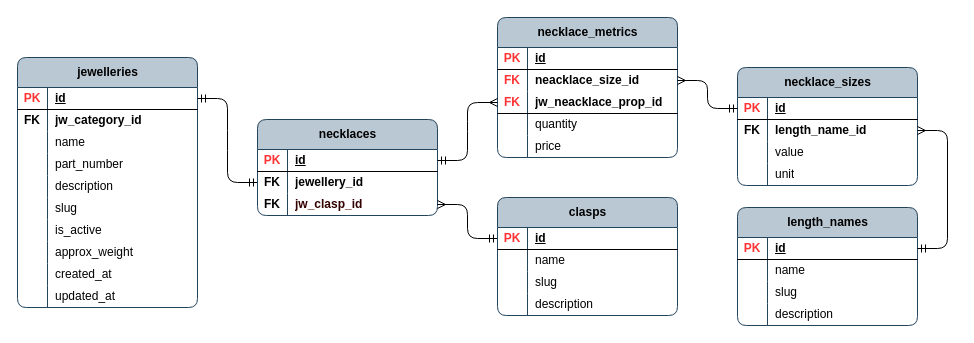
Above: page "jw_necklace_props" (11 of 15) of publisher/laravel-app/psql_jewellery_items.drawio in Local-development-environment/msg-brokers-publisher-consumer (draw.io), before the change. Source tidied: cells renumbered, new cells numbered last; positions are measured from the earlier drawing's top-left corner, leaving out a move shared by most shapes. Both pictures are drawn from the tidied source at 100%, with x=0, y=0 at pixel (17, 17).
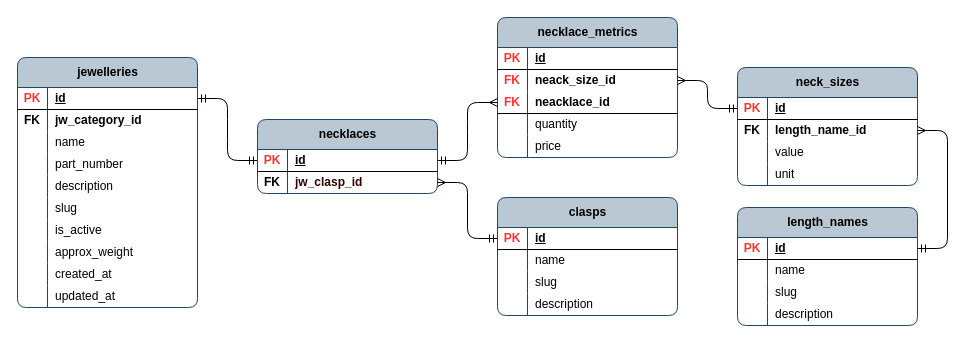
After the change.

The change refers to these unchanged cells:
```xml
<mxCell id="3" style="shape=tableRow;horizontal=0;startSize=0;swimlaneHead=0;swimlaneBody=0;fillColor=none;points=[[0,0.5],[1,0.5]];portConstraint=eastwest;top=0;left=0;right=0;bottom=1;rounded=1;" parent="2" vertex="1">
  <mxGeometry y="30" width="180" height="22" as="geometry" />
</mxCell>
<mxCell id="35" style="shape=tableRow;horizontal=0;startSize=0;swimlaneHead=0;swimlaneBody=0;fillColor=none;points=[[0,0.5],[1,0.5]];portConstraint=eastwest;top=0;left=0;right=0;bottom=1;rounded=0;" parent="34" vertex="1">
  <mxGeometry y="30" width="180" height="22" as="geometry" />
</mxCell>
<mxCell id="48" style="shape=tableRow;horizontal=0;startSize=0;swimlaneHead=0;swimlaneBody=0;fillColor=none;points=[[0,0.5],[1,0.5]];portConstraint=eastwest;top=0;left=0;right=0;bottom=0;rounded=0;" parent="44" vertex="1">
  <mxGeometry y="52" width="180" height="22" as="geometry" />
</mxCell>
<mxCell id="51" style="shape=tableRow;horizontal=0;startSize=0;swimlaneHead=0;swimlaneBody=0;fillColor=none;points=[[0,0.5],[1,0.5]];portConstraint=eastwest;top=0;left=0;right=0;bottom=1;rounded=0;" parent="44" vertex="1">
  <mxGeometry y="74" width="180" height="22" as="geometry" />
</mxCell>
```

Diff of the diagram source:
```diff
@@
-    <mxCell id="33" style="edgeStyle=entityRelationEdgeStyle;fontSize=12;html=1;endArrow=ERmandOne;startArrow=ERmandOne;rounded=1;curved=0;entryX=0;entryY=0.5;entryDx=0;entryDy=0;exitX=1;exitY=0.5;exitDx=0;exitDy=0;" parent="1" edge="1" source="3" target="38">
+    <mxCell id="33" style="edgeStyle=entityRelationEdgeStyle;fontSize=12;html=1;endArrow=ERmandOne;startArrow=ERmandOne;rounded=1;curved=0;entryX=0;entryY=0.5;entryDx=0;entryDy=0;exitX=1;exitY=0.5;exitDx=0;exitDy=0;" parent="1" edge="1" source="3" target="35">
       <mxGeometry relative="1" as="geometry" />
     </mxCell>
     <mxCell id="34" value="necklaces" style="shape=table;startSize=30;childLayout=tableLayout;rowLines=0;fontStyle=1;align=center;html=1;rounded=1;swimlaneFillColor=none;fillColor=#bac8d3;strokeColor=#23445d;columnLines=1;arcSize=10;" parent="1" vertex="1">
-      <mxGeometry x="240" y="102" width="180" height="96" as="geometry" />
+      <mxGeometry x="240" y="102" width="180" height="74" as="geometry" />
     </mxCell>
@@
-    <mxCell id="38" style="shape=tableRow;horizontal=0;startSize=0;swimlaneHead=0;swimlaneBody=0;fillColor=none;points=[[0,0.5],[1,0.5]];portConstraint=eastwest;top=0;left=0;right=0;bottom=0;rounded=0;" parent="34" vertex="1">
-      <mxGeometry y="52" width="180" height="22" as="geometry" />
-    </mxCell>
-    <mxCell id="39" value="&lt;b&gt;FK&lt;/b&gt;" style="shape=partialRectangle;fillColor=none;top=0;left=0;bottom=0;right=0;overflow=hidden;whiteSpace=wrap;html=1;" parent="38" vertex="1">
-      <mxGeometry width="30" height="22" as="geometry" />
-    </mxCell>
-    <mxCell id="40" value="&lt;b&gt;jewellery_id&lt;/b&gt;" style="shape=partialRectangle;fillColor=none;top=0;left=0;bottom=0;right=0;align=left;spacingLeft=6;overflow=hidden;whiteSpace=wrap;html=1;" parent="38" vertex="1">
-      <mxGeometry x="30" width="150" height="22" as="geometry" />
-    </mxCell>
     <mxCell id="41" style="shape=tableRow;horizontal=0;startSize=0;swimlaneHead=0;swimlaneBody=0;fillColor=none;points=[[0,0.5],[1,0.5]];portConstraint=eastwest;top=0;left=0;right=0;bottom=0;rounded=0;" parent="34" vertex="1">
-      <mxGeometry y="74" width="180" height="22" as="geometry" />
+      <mxGeometry y="52" width="180" height="22" as="geometry" />
     </mxCell>
@@
-    <mxCell id="50" value="&lt;b&gt;neacklace_size_id&lt;/b&gt;" style="shape=partialRectangle;fillColor=none;top=0;left=0;bottom=0;right=0;align=left;spacingLeft=6;overflow=hidden;whiteSpace=wrap;html=1;" parent="48" vertex="1">
+    <mxCell id="50" value="&lt;b&gt;neack_size_id&lt;/b&gt;" style="shape=partialRectangle;fillColor=none;top=0;left=0;bottom=0;right=0;align=left;spacingLeft=6;overflow=hidden;whiteSpace=wrap;html=1;" parent="48" vertex="1">
       <mxGeometry x="30" width="150" height="22" as="geometry" />
     </mxCell>
@@
-    <mxCell id="53" value="&lt;b&gt;jw_neacklace_prop_id&lt;/b&gt;" style="shape=partialRectangle;fillColor=none;top=0;left=0;bottom=0;right=0;align=left;spacingLeft=6;overflow=hidden;whiteSpace=wrap;html=1;" parent="51" vertex="1">
+    <mxCell id="53" value="&lt;b&gt;neacklace_id&lt;/b&gt;" style="shape=partialRectangle;fillColor=none;top=0;left=0;bottom=0;right=0;align=left;spacingLeft=6;overflow=hidden;whiteSpace=wrap;html=1;" parent="51" vertex="1">
       <mxGeometry x="30" width="150" height="22" as="geometry" />
     </mxCell>
@@
-    <mxCell id="60" value="necklace_sizes" style="shape=table;startSize=30;childLayout=tableLayout;rowLines=0;fontStyle=1;align=center;html=1;rounded=1;swimlaneFillColor=none;fillColor=#bac8d3;strokeColor=#23445d;columnLines=1;arcSize=10;" parent="1" vertex="1">
+    <mxCell id="60" value="neck_sizes" style="shape=table;startSize=30;childLayout=tableLayout;rowLines=0;fontStyle=1;align=center;html=1;rounded=1;swimlaneFillColor=none;fillColor=#bac8d3;strokeColor=#23445d;columnLines=1;arcSize=10;" parent="1" vertex="1">
       <mxGeometry x="720" y="50" width="180" height="118" as="geometry" />
     </mxCell>
```
